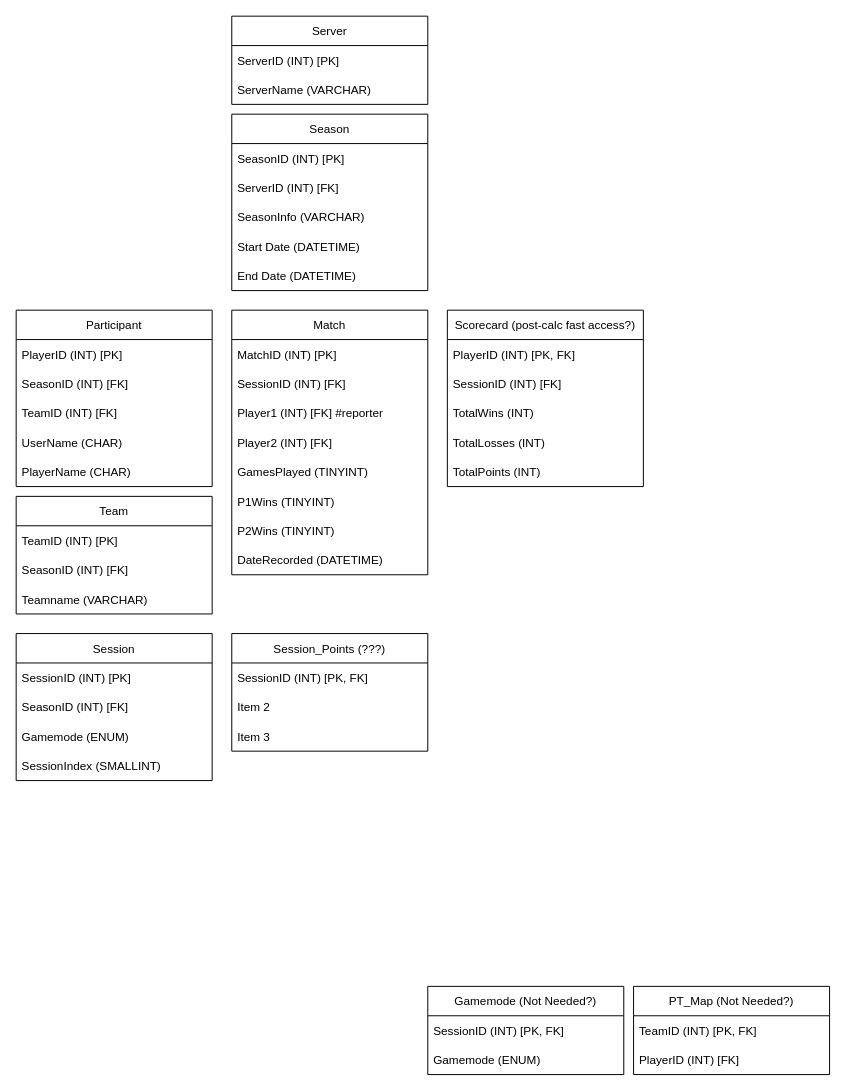
Before: TourneyBotDB.drawio in SpencerRSMS/TourneyBot, a draw.io diagram. Source tidied: cells renumbered, new cells numbered last; positions are measured from the earlier drawing's top-left corner, leaving out a move shared by most shapes. Both pictures are drawn from the tidied source at 98%, with x=0, y=0 at pixel (16, 16).
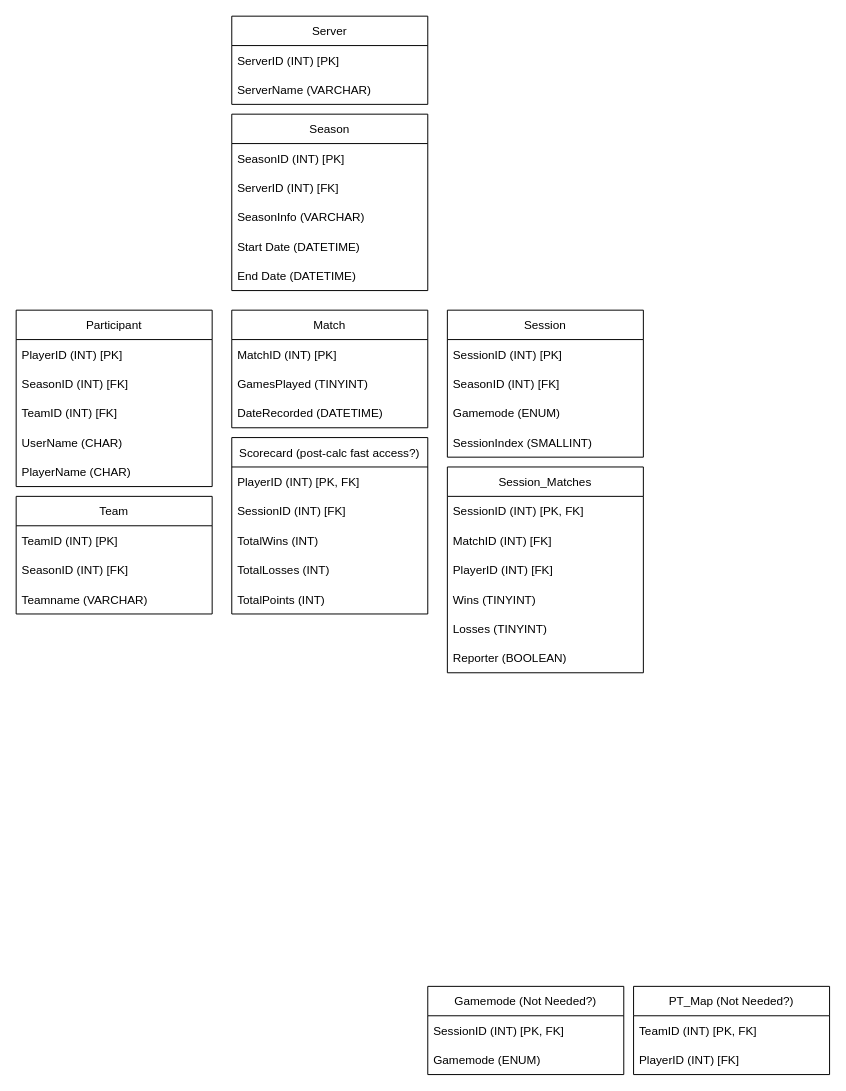
The same diagram, later.

Commit message:
Divided out information from Match table so as to not store mutiple of the same foreign key attrib, added Session_Matches table

Change to the diagram source:
```diff
@@
     <mxCell id="17" value="Match" style="swimlane;fontStyle=0;horizontal=1;startSize=30;" parent="1" vertex="1">
-      <mxGeometry x="220" y="300" width="200" height="270" as="geometry" />
+      <mxGeometry x="220" y="300" width="200" height="120" as="geometry" />
     </mxCell>
@@
-    <mxCell id="19" value="SessionID (INT) [FK]" style="text;strokeColor=none;fillColor=none;align=left;verticalAlign=middle;spacingLeft=4;spacingRight=4;overflow=hidden;" parent="17" vertex="1">
-      <mxGeometry y="60" width="200" height="30" as="geometry" />
-    </mxCell>
-    <mxCell id="20" value="Player1 (INT) [FK] #reporter" style="text;strokeColor=none;fillColor=none;align=left;verticalAlign=middle;spacingLeft=4;spacingRight=4;overflow=hidden;" parent="17" vertex="1">
-      <mxGeometry y="90" width="200" height="30" as="geometry" />
-    </mxCell>
-    <mxCell id="21" value="Player2 (INT) [FK]" style="text;strokeColor=none;fillColor=none;align=left;verticalAlign=middle;spacingLeft=4;spacingRight=4;overflow=hidden;" parent="17" vertex="1">
-      <mxGeometry y="120" width="200" height="30" as="geometry" />
-    </mxCell>
     <mxCell id="22" value="GamesPlayed (TINYINT)" style="text;strokeColor=none;fillColor=none;align=left;verticalAlign=middle;spacingLeft=4;spacingRight=4;overflow=hidden;" parent="17" vertex="1">
-      <mxGeometry y="150" width="200" height="30" as="geometry" />
+      <mxGeometry y="60" width="200" height="30" as="geometry" />
     </mxCell>
-    <mxCell id="23" value="P1Wins (TINYINT)" style="text;strokeColor=none;fillColor=none;align=left;verticalAlign=middle;spacingLeft=4;spacingRight=4;overflow=hidden;" parent="17" vertex="1">
-      <mxGeometry y="180" width="200" height="30" as="geometry" />
-    </mxCell>
-    <mxCell id="24" value="P2Wins (TINYINT)" style="text;strokeColor=none;fillColor=none;align=left;verticalAlign=middle;spacingLeft=4;spacingRight=4;overflow=hidden;" parent="17" vertex="1">
-      <mxGeometry y="210" width="200" height="30" as="geometry" />
-    </mxCell>
     <mxCell id="25" value="DateRecorded (DATETIME)" style="text;strokeColor=none;fillColor=none;align=left;verticalAlign=middle;spacingLeft=4;spacingRight=4;overflow=hidden;" parent="17" vertex="1">
-      <mxGeometry y="240" width="200" height="30" as="geometry" />
+      <mxGeometry y="90" width="200" height="30" as="geometry" />
     </mxCell>
@@
     <mxCell id="30" value="Session" style="swimlane;fontStyle=0;horizontal=1;startSize=30;" parent="1" vertex="1">
-      <mxGeometry y="630" width="200" height="150" as="geometry" />
+      <mxGeometry x="440" y="300" width="200" height="150" as="geometry" />
     </mxCell>
@@
     <mxCell id="41" value="Scorecard (post-calc fast access?)" style="swimlane;fontStyle=0;horizontal=1;startSize=30;" parent="1" vertex="1">
-      <mxGeometry x="440" y="300" width="200" height="180" as="geometry" />
+      <mxGeometry x="220" y="430" width="200" height="180" as="geometry" />
     </mxCell>
@@
-    <mxCell id="47" value="Session_Points (???)" style="swimlane;fontStyle=0;horizontal=1;startSize=30;" parent="1" vertex="1">
-      <mxGeometry x="220" y="630" width="200" height="120" as="geometry" />
+    <mxCell id="47" value="Session_Matches" style="swimlane;fontStyle=0;horizontal=1;startSize=30;" parent="1" vertex="1">
+      <mxGeometry x="440" y="460" width="200" height="210" as="geometry" />
     </mxCell>
@@
-    <mxCell id="49" value="Item 2" style="text;strokeColor=none;fillColor=none;align=left;verticalAlign=middle;spacingLeft=4;spacingRight=4;overflow=hidden;" parent="47" vertex="1">
+    <mxCell id="49" value="MatchID (INT) [FK]" style="text;strokeColor=none;fillColor=none;align=left;verticalAlign=middle;spacingLeft=4;spacingRight=4;overflow=hidden;" parent="47" vertex="1">
       <mxGeometry y="60" width="200" height="30" as="geometry" />
     </mxCell>
-    <mxCell id="50" value="Item 3" style="text;strokeColor=none;fillColor=none;align=left;verticalAlign=middle;spacingLeft=4;spacingRight=4;overflow=hidden;" parent="47" vertex="1">
+    <mxCell id="50" value="PlayerID (INT) [FK]" style="text;strokeColor=none;fillColor=none;align=left;verticalAlign=middle;spacingLeft=4;spacingRight=4;overflow=hidden;" parent="47" vertex="1">
       <mxGeometry y="90" width="200" height="30" as="geometry" />
     </mxCell>
+    <mxCell id="51" value="Wins (TINYINT)" style="text;strokeColor=none;fillColor=none;align=left;verticalAlign=middle;spacingLeft=4;spacingRight=4;overflow=hidden;" parent="47" vertex="1">
+      <mxGeometry y="120" width="200" height="30" as="geometry" />
+    </mxCell>
+    <mxCell id="52" value="Losses (TINYINT)" style="text;strokeColor=none;fillColor=none;align=left;verticalAlign=middle;spacingLeft=4;spacingRight=4;overflow=hidden;" parent="47" vertex="1">
+      <mxGeometry y="150" width="200" height="30" as="geometry" />
+    </mxCell>
+    <mxCell id="53" value="Reporter (BOOLEAN)" style="text;strokeColor=none;fillColor=none;align=left;verticalAlign=middle;spacingLeft=4;spacingRight=4;overflow=hidden;" parent="47" vertex="1">
+      <mxGeometry y="180" width="200" height="30" as="geometry" />
+    </mxCell>
```
